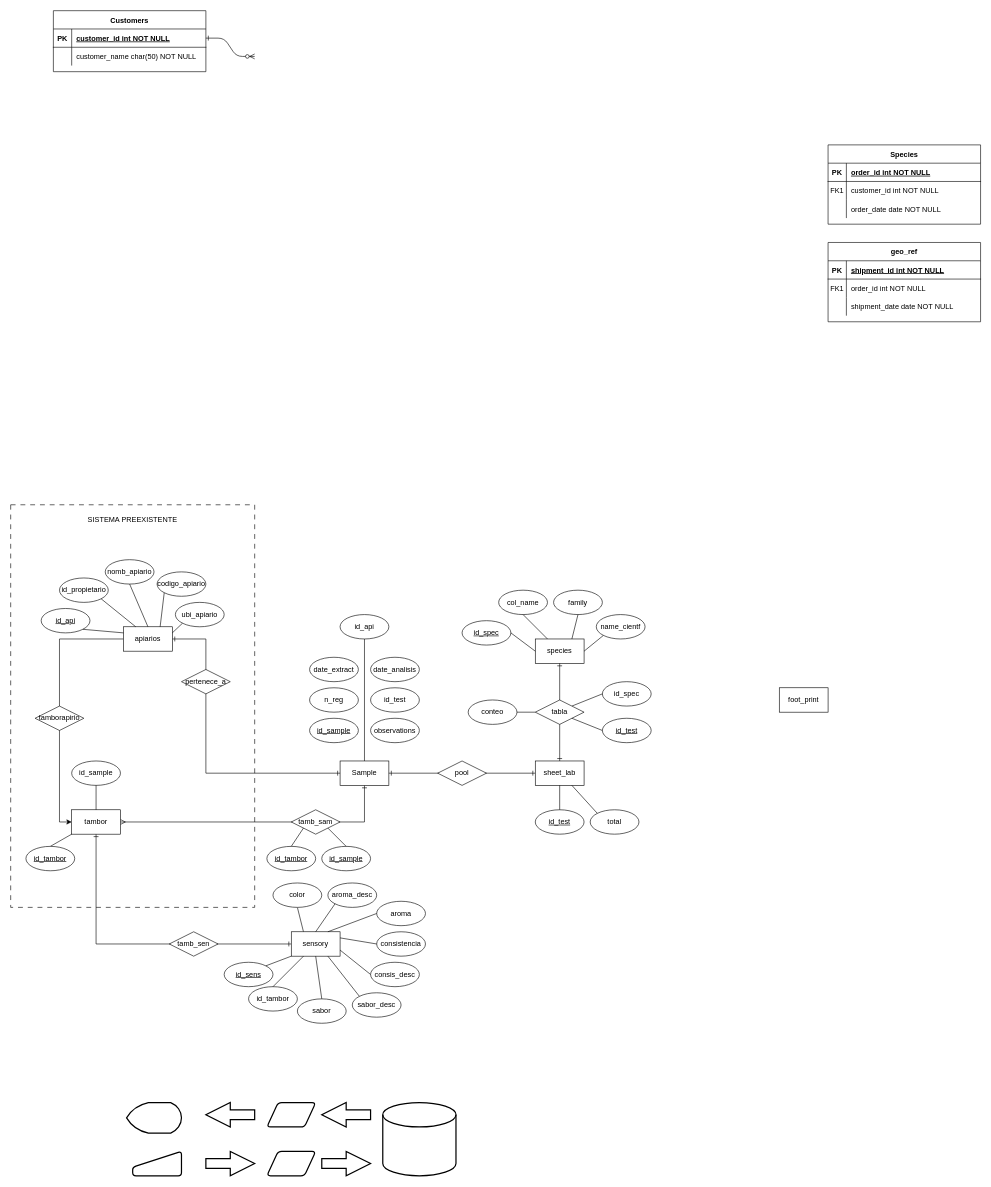
Earlier version of the draw.io diagram COADELPA.drawio (Gabitoto/Bases-de-Datos). Source tidied: cells renumbered, new cells numbered last; positions are measured from the earlier drawing's top-left corner, leaving out a move shared by most shapes. Both pictures are drawn from the tidied source at 61%, with x=0, y=0 at pixel (10, 10).
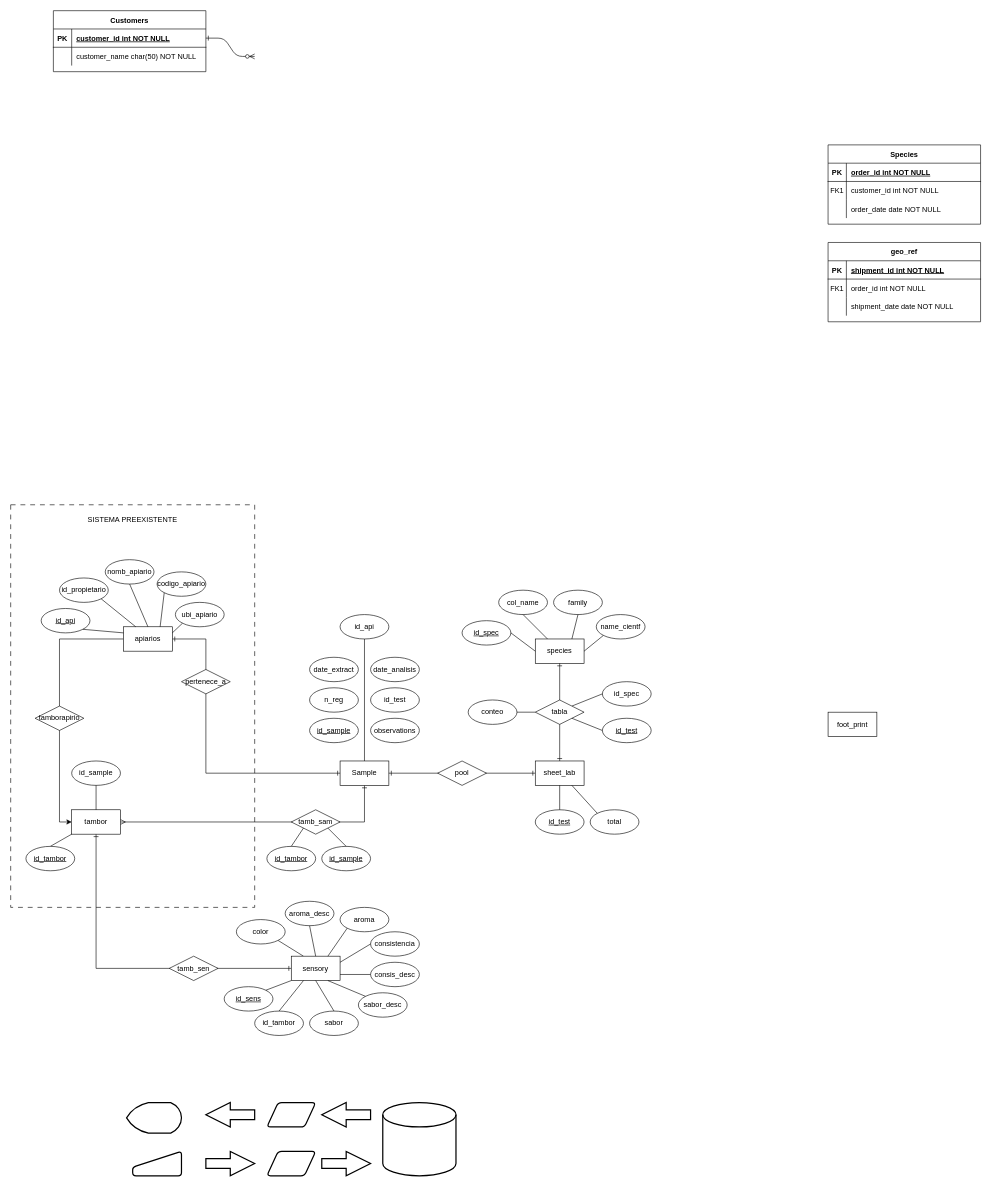
Above is the later version.

The change refers to these unchanged cells:
```xml
<mxCell id="33" value="tambor" style="whiteSpace=wrap;html=1;align=center;" parent="1" vertex="1">
  <mxGeometry x="100" y="1310" width="80" height="40" as="geometry" />
</mxCell>
```

Change to the diagram source:
```diff
@@
     <mxCell id="32" style="edgeStyle=orthogonalEdgeStyle;rounded=0;jettySize=auto;html=1;entryX=0;entryY=0.5;entryDx=0;entryDy=0;startArrow=ERone;startFill=0;endArrow=ERone;endFill=0;" parent="1" edge="1" source="33" target="98">
       <mxGeometry relative="1" as="geometry">
         <Array as="points">
-          <mxPoint x="140" y="1530" />
+          <mxPoint x="140" y="1570" />
         </Array>
       </mxGeometry>
     </mxCell>
@@
-    <mxCell id="87" style="endArrow=none;html=1;rounded=0;exitX=0.25;exitY=0;exitDx=0;exitDy=0;entryX=0.5;entryY=1;entryDx=0;entryDy=0;" parent="1" edge="1" source="98" target="107">
+    <mxCell id="87" style="endArrow=none;html=1;rounded=0;exitX=0.25;exitY=0;exitDx=0;exitDy=0;entryX=1;entryY=1;entryDx=0;entryDy=0;" parent="1" edge="1" source="98" target="107">
       <mxGeometry relative="1" as="geometry" />
     </mxCell>
@@
     <mxCell id="91" value="foot_print" style="whiteSpace=wrap;html=1;align=center;" parent="1" vertex="1">
-      <mxGeometry x="1260" y="1110" width="80" height="40" as="geometry" />
+      <mxGeometry x="1340" y="1150" width="80" height="40" as="geometry" />
     </mxCell>
@@
     <mxCell id="97" value="tamb_sen" style="shape=rhombus;perimeter=rhombusPerimeter;whiteSpace=wrap;html=1;align=center;" parent="1" vertex="1">
-      <mxGeometry x="260" y="1510" width="80" height="40" as="geometry" />
+      <mxGeometry x="260" y="1550" width="80" height="40" as="geometry" />
     </mxCell>
     <mxCell id="98" value="sensory" style="whiteSpace=wrap;html=1;align=center;" parent="1" vertex="1">
-      <mxGeometry x="460" y="1510" width="80" height="40" as="geometry" />
+      <mxGeometry x="460" y="1550" width="80" height="40" as="geometry" />
     </mxCell>
     <mxCell id="99" value="id_sens" style="ellipse;whiteSpace=wrap;html=1;align=center;fontStyle=4;" parent="1" vertex="1">
-      <mxGeometry x="350" y="1560" width="80" height="40" as="geometry" />
+      <mxGeometry x="350" y="1600" width="80" height="40" as="geometry" />
     </mxCell>
     <mxCell id="100" value="id_tambor" style="ellipse;whiteSpace=wrap;html=1;align=center;" parent="1" vertex="1">
-      <mxGeometry x="390" y="1600" width="80" height="40" as="geometry" />
+      <mxGeometry x="400" y="1640" width="80" height="40" as="geometry" />
     </mxCell>
@@
     <mxCell id="103" value="sabor_desc" style="ellipse;whiteSpace=wrap;html=1;align=center;" parent="1" vertex="1">
-      <mxGeometry x="560" y="1610" width="80" height="40" as="geometry" />
+      <mxGeometry x="570" y="1610" width="80" height="40" as="geometry" />
     </mxCell>
     <mxCell id="104" value="sabor" style="ellipse;whiteSpace=wrap;html=1;align=center;" parent="1" vertex="1">
-      <mxGeometry x="470" y="1620" width="80" height="40" as="geometry" />
+      <mxGeometry x="490" y="1640" width="80" height="40" as="geometry" />
     </mxCell>
     <mxCell id="105" value="aroma" style="ellipse;whiteSpace=wrap;html=1;align=center;" parent="1" vertex="1">
-      <mxGeometry x="600" y="1460" width="80" height="40" as="geometry" />
+      <mxGeometry x="540" y="1470" width="80" height="40" as="geometry" />
     </mxCell>
     <mxCell id="106" value="aroma_desc" style="ellipse;whiteSpace=wrap;html=1;align=center;" parent="1" vertex="1">
-      <mxGeometry x="520" y="1430" width="80" height="40" as="geometry" />
+      <mxGeometry x="450" y="1460" width="80" height="40" as="geometry" />
     </mxCell>
     <mxCell id="107" value="color" style="ellipse;whiteSpace=wrap;html=1;align=center;" parent="1" vertex="1">
-      <mxGeometry x="430" y="1430" width="80" height="40" as="geometry" />
+      <mxGeometry x="370" y="1490" width="80" height="40" as="geometry" />
     </mxCell>
-    <mxCell id="108" style="endArrow=none;html=1;rounded=0;exitX=0.5;exitY=0;exitDx=0;exitDy=0;entryX=0;entryY=1;entryDx=0;entryDy=0;" parent="1" edge="1" source="98" target="106">
+    <mxCell id="108" style="endArrow=none;html=1;rounded=0;exitX=0.5;exitY=0;exitDx=0;exitDy=0;entryX=0.5;entryY=1;entryDx=0;entryDy=0;" parent="1" edge="1" source="98" target="106">
       <mxGeometry relative="1" as="geometry" />
     </mxCell>
-    <mxCell id="109" style="endArrow=none;html=1;rounded=0;exitX=0.75;exitY=0;exitDx=0;exitDy=0;entryX=0;entryY=0.5;entryDx=0;entryDy=0;" parent="1" edge="1" source="98" target="105">
+    <mxCell id="109" style="endArrow=none;html=1;rounded=0;exitX=0.75;exitY=0;exitDx=0;exitDy=0;entryX=0;entryY=1;entryDx=0;entryDy=0;" parent="1" edge="1" source="98" target="105">
       <mxGeometry relative="1" as="geometry" />
     </mxCell>
@@
     <mxCell id="112" value="consistencia" style="ellipse;whiteSpace=wrap;html=1;align=center;" parent="1" vertex="1">
-      <mxGeometry x="600" y="1510" width="80" height="40" as="geometry" />
+      <mxGeometry x="590" y="1510" width="80" height="40" as="geometry" />
     </mxCell>
```
